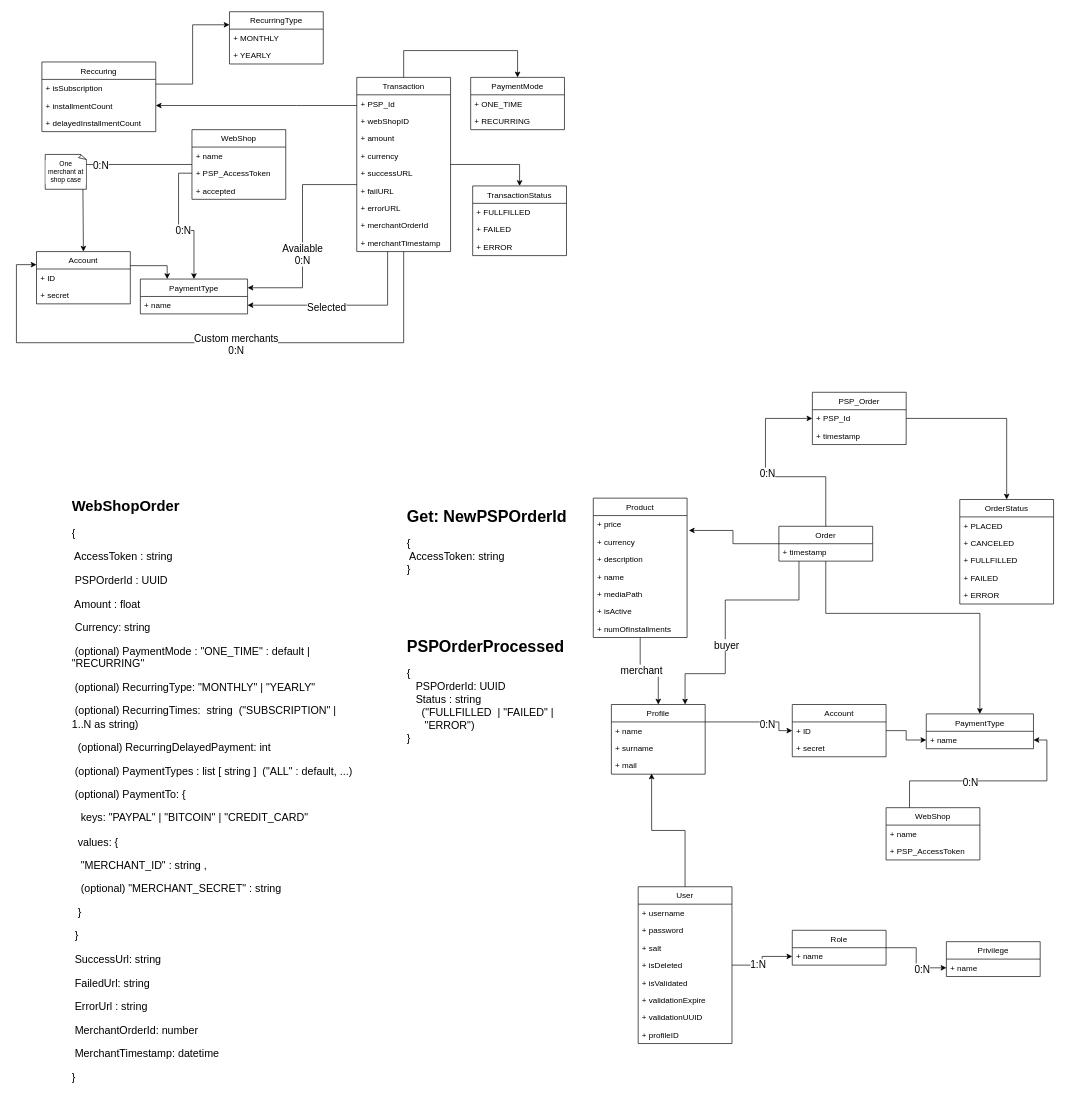
Before: uml/model.drawio in One-E2-Team/ubiquitous-payment, a draw.io diagram. Source tidied: cells renumbered, new cells numbered last; positions are measured from the earlier drawing's top-left corner, leaving out a move shared by most shapes. Both pictures are drawn from the tidied source at 67%, with x=0, y=0 at pixel (16, 11).
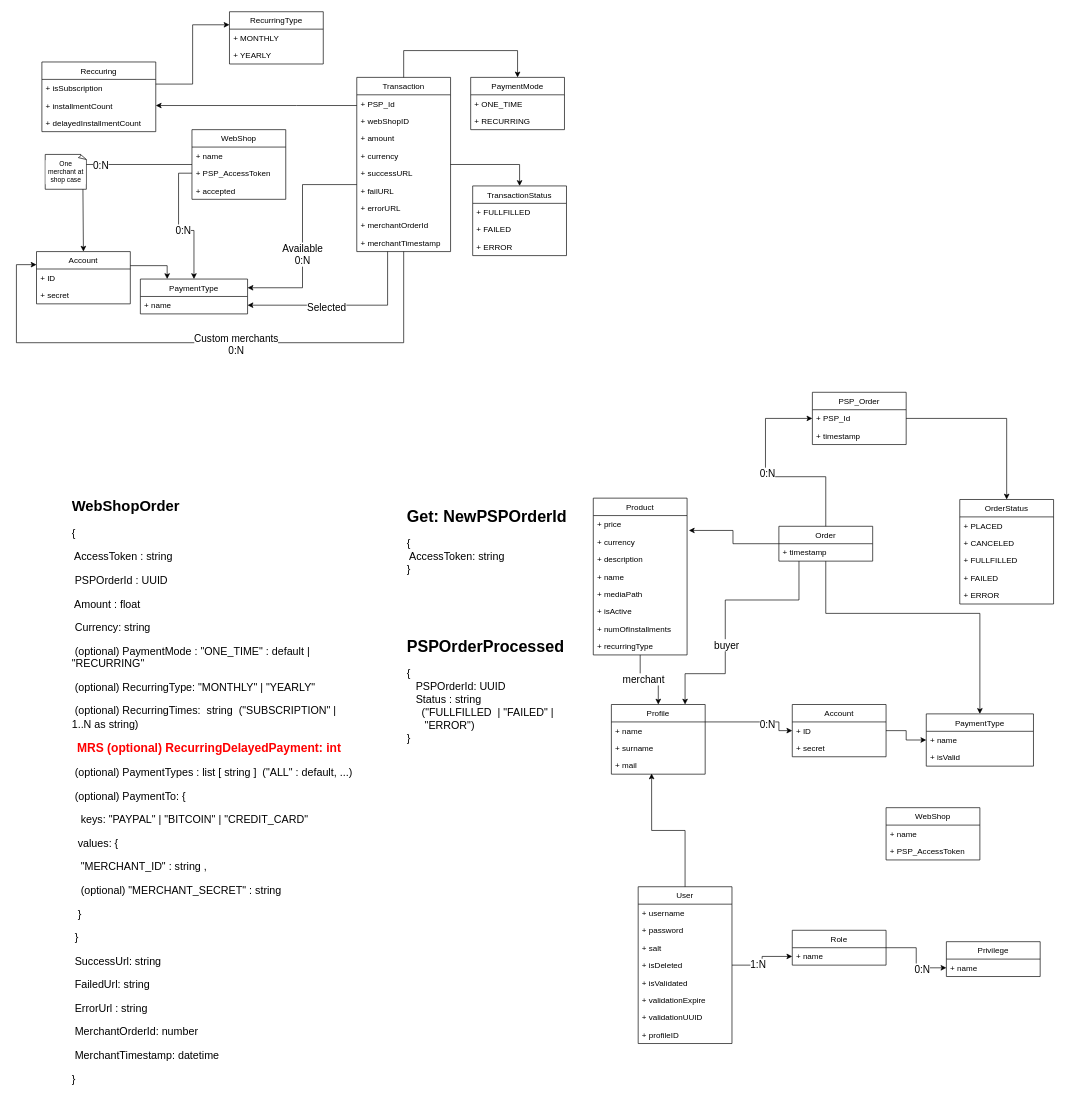
The same page after the edit.

Unchanged cells that the change refers to:
```xml
<mxCell id="12" value="WebShop" style="swimlane;fontStyle=0;horizontal=1;startSize=26;fillColor=none;" parent="1" vertex="1">
  <mxGeometry x="1298" y="1188" width="140" height="78" as="geometry" />
</mxCell>
<mxCell id="30" value="+ name" style="text;strokeColor=none;fillColor=none;align=left;verticalAlign=top;spacingLeft=4;spacingRight=4;overflow=hidden;points=[[0,0.5],[1,0.5]];portConstraint=eastwest;" parent="29" vertex="1">
  <mxGeometry y="26" width="160" height="26" as="geometry" />
</mxCell>
```

Change to the diagram source:
```diff
@@
     <mxCell id="4" value="Product" style="swimlane;fontStyle=0;horizontal=1;startSize=26;fillColor=none;" parent="1" vertex="1">
-      <mxGeometry x="861" y="726" width="140" height="208" as="geometry" />
+      <mxGeometry x="861" y="726" width="140" height="234" as="geometry" />
     </mxCell>
@@
+    <mxCell id="117" value="+ recurringType" style="text;strokeColor=none;fillColor=none;align=left;verticalAlign=top;spacingLeft=4;spacingRight=4;overflow=hidden;" parent="4" vertex="1">
+      <mxGeometry y="208" width="140" height="26" as="geometry" />
+    </mxCell>
@@
     <mxCell id="29" value="PaymentType" style="swimlane;fontStyle=0;horizontal=1;startSize=26;fillColor=none;" parent="1" vertex="1">
-      <mxGeometry x="1358" y="1048" width="160" height="52" as="geometry" />
+      <mxGeometry x="1358" y="1048" width="160" height="78" as="geometry" />
     </mxCell>
@@
+    <mxCell id="118" value="+ isValid" style="text;strokeColor=none;fillColor=none;align=left;verticalAlign=top;spacingLeft=4;spacingRight=4;overflow=hidden;" parent="29" vertex="1">
+      <mxGeometry y="52" width="160" height="26" as="geometry" />
+    </mxCell>
@@
-    <mxCell id="59" style="edgeStyle=orthogonalEdgeStyle;rounded=0;jettySize=auto;html=1;entryX=1;entryY=0.5;entryDx=0;entryDy=0;fontSize=15;exitX=0.25;exitY=0;exitDx=0;exitDy=0;" parent="1" edge="1" source="12" target="30">
-      <mxGeometry relative="1" as="geometry">
-        <Array as="points">
-          <mxPoint x="1333" y="1148" />
-          <mxPoint x="1538" y="1148" />
-          <mxPoint x="1538" y="1087" />
-        </Array>
-      </mxGeometry>
-    </mxCell>
-    <mxCell id="60" value="0:N" style="edgeLabel;html=1;align=center;verticalAlign=middle;fontSize=15;" parent="59" vertex="1">
-      <mxGeometry x="-0.2" y="-1" relative="1" as="geometry" />
-    </mxCell>
-    <mxCell id="61" value="&lt;h1&gt;&lt;font style=&quot;font-size: 22px&quot;&gt;WebShopOrder&amp;nbsp;&lt;/font&gt;&lt;/h1&gt;&lt;p style=&quot;font-size: 16px&quot;&gt;&lt;font style=&quot;font-size: 16px&quot;&gt;{&lt;/font&gt;&lt;/p&gt;&lt;p style=&quot;font-size: 16px&quot;&gt;&lt;font style=&quot;font-size: 16px&quot;&gt;&lt;span style=&quot;white-space: pre&quot;&gt; &lt;/span&gt;AccessToken : string&lt;br&gt;&lt;/font&gt;&lt;/p&gt;&lt;p style=&quot;font-size: 16px&quot;&gt;&lt;font style=&quot;font-size: 16px&quot;&gt;&lt;span style=&quot;white-space: pre&quot;&gt; &lt;/span&gt;PSPOrderId : UUID&lt;br&gt;&lt;/font&gt;&lt;/p&gt;&lt;p style=&quot;font-size: 16px&quot;&gt;&lt;span style=&quot;white-space: pre&quot;&gt; &lt;/span&gt;Amount : float&lt;br&gt;&lt;/p&gt;&lt;p style=&quot;font-size: 16px&quot;&gt;&lt;span style=&quot;white-space: pre&quot;&gt; &lt;/span&gt;Currency: string&lt;br&gt;&lt;/p&gt;&lt;p style=&quot;font-size: 16px&quot;&gt;&lt;span style=&quot;white-space: pre&quot;&gt; &lt;/span&gt;(optional) PaymentMode : &quot;ONE_TIME&quot; : default | &quot;RECURRING&quot;&amp;nbsp;&lt;br&gt;&lt;/p&gt;&lt;p style=&quot;font-size: 16px&quot;&gt;&lt;span style=&quot;white-space: pre&quot;&gt; &lt;/span&gt;(optional) RecurringType: &quot;MONTHLY&quot; |&amp;nbsp;&lt;span&gt;&quot;YEARLY&quot;&lt;/span&gt;&lt;/p&gt;&lt;p style=&quot;font-size: 16px&quot;&gt;&lt;span&gt;&lt;span style=&quot;white-space: pre&quot;&gt; &lt;/span&gt;(optional) RecurringTimes:&amp;nbsp; string &lt;span style=&quot;white-space: pre&quot;&gt; &lt;/span&gt;(&quot;SUBSCRIPTION&quot; |&amp;nbsp; 1..N as string)&lt;br&gt;&lt;/span&gt;&lt;/p&gt;&lt;p style=&quot;font-size: 16px&quot;&gt;&lt;span&gt;&amp;nbsp; (optional) RecurringDelayedPayment: int&amp;nbsp;&lt;/span&gt;&lt;/p&gt;&lt;p style=&quot;font-size: 16px&quot;&gt;&lt;span&gt;&lt;span style=&quot;white-space: pre&quot;&gt; &lt;/span&gt;(optional) PaymentTypes : list [ string ] &lt;span style=&quot;white-space: pre&quot;&gt; &lt;/span&gt;(&quot;ALL&quot; : default, ...)&lt;/span&gt;&lt;/p&gt;&lt;p style=&quot;font-size: 16px&quot;&gt;&lt;span&gt;&lt;span style=&quot;white-space: pre&quot;&gt; &lt;/span&gt;(optional) PaymentTo: {&lt;br&gt;&lt;/span&gt;&lt;/p&gt;&lt;p style=&quot;font-size: 16px&quot;&gt;&lt;span&gt;&lt;span style=&quot;white-space: pre&quot;&gt; &lt;/span&gt;&lt;span style=&quot;white-space: pre&quot;&gt; &lt;/span&gt;&amp;nbsp;keys: &quot;PAYPAL&quot; | &quot;BITCOIN&quot; | &quot;CREDIT_CARD&quot;&lt;br&gt;&lt;/span&gt;&lt;/p&gt;&lt;p style=&quot;font-size: 16px&quot;&gt;&lt;span&gt;&lt;span style=&quot;white-space: pre&quot;&gt; &lt;/span&gt;&lt;span style=&quot;white-space: pre&quot;&gt; &lt;/span&gt;values: {&lt;br&gt;&lt;/span&gt;&lt;/p&gt;&lt;p style=&quot;font-size: 16px&quot;&gt;&lt;span&gt;&lt;span style=&quot;white-space: pre&quot;&gt; &lt;/span&gt;&lt;span style=&quot;white-space: pre&quot;&gt; &lt;/span&gt;&lt;span style=&quot;white-space: pre&quot;&gt; &lt;/span&gt;&quot;MERCHANT_ID&quot; : string ,&lt;br&gt;&lt;/span&gt;&lt;/p&gt;&lt;p style=&quot;font-size: 16px&quot;&gt;&lt;span&gt;&lt;span style=&quot;white-space: pre&quot;&gt; &lt;/span&gt;&lt;span style=&quot;white-space: pre&quot;&gt; &lt;/span&gt;&lt;span style=&quot;white-space: pre&quot;&gt; &lt;/span&gt;(optional) &quot;MERCHANT_SECRET&quot; : string&lt;br&gt;&lt;/span&gt;&lt;/p&gt;&lt;p style=&quot;font-size: 16px&quot;&gt;&lt;span&gt;&lt;span style=&quot;white-space: pre&quot;&gt; &lt;/span&gt;&lt;span style=&quot;white-space: pre&quot;&gt; &lt;/span&gt;}&lt;br&gt;&lt;/span&gt;&lt;/p&gt;&lt;p style=&quot;font-size: 16px&quot;&gt;&lt;span&gt;&lt;span style=&quot;white-space: pre&quot;&gt; &lt;/span&gt;}&lt;br&gt;&lt;/span&gt;&lt;/p&gt;&lt;p style=&quot;font-size: 16px&quot;&gt;&lt;span&gt;&lt;span style=&quot;white-space: pre&quot;&gt; &lt;/span&gt;SuccessUrl: string&lt;br&gt;&lt;/span&gt;&lt;/p&gt;&lt;p style=&quot;font-size: 16px&quot;&gt;&lt;span&gt;&lt;span style=&quot;white-space: pre&quot;&gt; &lt;/span&gt;FailedUrl: string&lt;br&gt;&lt;/span&gt;&lt;/p&gt;&lt;p style=&quot;font-size: 16px&quot;&gt;&lt;span&gt;&lt;span style=&quot;white-space: pre&quot;&gt; &lt;/span&gt;ErrorUrl : string&lt;br&gt;&lt;/span&gt;&lt;/p&gt;&lt;p style=&quot;font-size: 16px&quot;&gt;&lt;span&gt;&lt;span style=&quot;white-space: pre&quot;&gt; &lt;/span&gt;MerchantOrderId: number&lt;br&gt;&lt;/span&gt;&lt;/p&gt;&lt;p style=&quot;font-size: 16px&quot;&gt;&lt;span&gt;&lt;span style=&quot;white-space: pre&quot;&gt; &lt;/span&gt;MerchantTimestamp: datetime&lt;br&gt;&lt;/span&gt;&lt;/p&gt;&lt;p style=&quot;font-size: 16px&quot;&gt;&lt;font style=&quot;font-size: 16px&quot;&gt;}&lt;/font&gt;&lt;/p&gt;" style="text;html=1;strokeColor=none;fillColor=none;spacing=5;spacingTop=-20;whiteSpace=wrap;overflow=hidden;rounded=0;" parent="1" vertex="1">
+    <mxCell id="61" value="&lt;h1&gt;&lt;font style=&quot;font-size: 22px&quot;&gt;WebShopOrder&amp;nbsp;&lt;/font&gt;&lt;/h1&gt;&lt;p style=&quot;font-size: 16px&quot;&gt;&lt;font style=&quot;font-size: 16px&quot;&gt;{&lt;/font&gt;&lt;/p&gt;&lt;p style=&quot;font-size: 16px&quot;&gt;&lt;font style=&quot;font-size: 16px&quot;&gt;&lt;span style=&quot;white-space: pre&quot;&gt; &lt;/span&gt;AccessToken : string&lt;br&gt;&lt;/font&gt;&lt;/p&gt;&lt;p style=&quot;font-size: 16px&quot;&gt;&lt;font style=&quot;font-size: 16px&quot;&gt;&lt;span style=&quot;white-space: pre&quot;&gt; &lt;/span&gt;PSPOrderId : UUID&lt;br&gt;&lt;/font&gt;&lt;/p&gt;&lt;p style=&quot;font-size: 16px&quot;&gt;&lt;span style=&quot;white-space: pre&quot;&gt; &lt;/span&gt;Amount : float&lt;br&gt;&lt;/p&gt;&lt;p style=&quot;font-size: 16px&quot;&gt;&lt;span style=&quot;white-space: pre&quot;&gt; &lt;/span&gt;Currency: string&lt;br&gt;&lt;/p&gt;&lt;p style=&quot;font-size: 16px&quot;&gt;&lt;span style=&quot;white-space: pre&quot;&gt; &lt;/span&gt;(optional) PaymentMode : &quot;ONE_TIME&quot; : default | &quot;RECURRING&quot;&amp;nbsp;&lt;br&gt;&lt;/p&gt;&lt;p style=&quot;font-size: 16px&quot;&gt;&lt;span style=&quot;white-space: pre&quot;&gt; &lt;/span&gt;(optional) RecurringType: &quot;MONTHLY&quot; |&amp;nbsp;&lt;span&gt;&quot;YEARLY&quot;&lt;/span&gt;&lt;/p&gt;&lt;p style=&quot;font-size: 16px&quot;&gt;&lt;span&gt;&lt;span style=&quot;white-space: pre&quot;&gt; &lt;/span&gt;(optional) RecurringTimes:&amp;nbsp; string &lt;span style=&quot;white-space: pre&quot;&gt; &lt;/span&gt;(&quot;SUBSCRIPTION&quot; |&amp;nbsp; 1..N as string)&lt;br&gt;&lt;/span&gt;&lt;/p&gt;&lt;p&gt;&lt;span style=&quot;font-size: 16px&quot;&gt;&amp;nbsp;&lt;/span&gt;&lt;font color=&quot;#ff0000&quot;&gt; &lt;b&gt;&lt;font style=&quot;font-size: 18px&quot;&gt;MRS (optional) RecurringDelayedPayment: int&amp;nbsp;&lt;/font&gt;&lt;/b&gt;&lt;/font&gt;&lt;/p&gt;&lt;p style=&quot;font-size: 16px&quot;&gt;&lt;span&gt;&lt;span style=&quot;white-space: pre&quot;&gt; &lt;/span&gt;(optional) PaymentTypes : list [ string ] &lt;span style=&quot;white-space: pre&quot;&gt; &lt;/span&gt;(&quot;ALL&quot; : default, ...)&lt;/span&gt;&lt;/p&gt;&lt;p style=&quot;font-size: 16px&quot;&gt;&lt;span&gt;&lt;span style=&quot;white-space: pre&quot;&gt; &lt;/span&gt;(optional) PaymentTo: {&lt;br&gt;&lt;/span&gt;&lt;/p&gt;&lt;p style=&quot;font-size: 16px&quot;&gt;&lt;span&gt;&lt;span style=&quot;white-space: pre&quot;&gt; &lt;/span&gt;&lt;span style=&quot;white-space: pre&quot;&gt; &lt;/span&gt;&amp;nbsp;keys: &quot;PAYPAL&quot; | &quot;BITCOIN&quot; | &quot;CREDIT_CARD&quot;&lt;br&gt;&lt;/span&gt;&lt;/p&gt;&lt;p style=&quot;font-size: 16px&quot;&gt;&lt;span&gt;&lt;span style=&quot;white-space: pre&quot;&gt; &lt;/span&gt;&lt;span style=&quot;white-space: pre&quot;&gt; &lt;/span&gt;values: {&lt;br&gt;&lt;/span&gt;&lt;/p&gt;&lt;p style=&quot;font-size: 16px&quot;&gt;&lt;span&gt;&lt;span style=&quot;white-space: pre&quot;&gt; &lt;/span&gt;&lt;span style=&quot;white-space: pre&quot;&gt; &lt;/span&gt;&lt;span style=&quot;white-space: pre&quot;&gt; &lt;/span&gt;&quot;MERCHANT_ID&quot; : string ,&lt;br&gt;&lt;/span&gt;&lt;/p&gt;&lt;p style=&quot;font-size: 16px&quot;&gt;&lt;span&gt;&lt;span style=&quot;white-space: pre&quot;&gt; &lt;/span&gt;&lt;span style=&quot;white-space: pre&quot;&gt; &lt;/span&gt;&lt;span style=&quot;white-space: pre&quot;&gt; &lt;/span&gt;(optional) &quot;MERCHANT_SECRET&quot; : string&lt;br&gt;&lt;/span&gt;&lt;/p&gt;&lt;p style=&quot;font-size: 16px&quot;&gt;&lt;span&gt;&lt;span style=&quot;white-space: pre&quot;&gt; &lt;/span&gt;&lt;span style=&quot;white-space: pre&quot;&gt; &lt;/span&gt;}&lt;br&gt;&lt;/span&gt;&lt;/p&gt;&lt;p style=&quot;font-size: 16px&quot;&gt;&lt;span&gt;&lt;span style=&quot;white-space: pre&quot;&gt; &lt;/span&gt;}&lt;br&gt;&lt;/span&gt;&lt;/p&gt;&lt;p style=&quot;font-size: 16px&quot;&gt;&lt;span&gt;&lt;span style=&quot;white-space: pre&quot;&gt; &lt;/span&gt;SuccessUrl: string&lt;br&gt;&lt;/span&gt;&lt;/p&gt;&lt;p style=&quot;font-size: 16px&quot;&gt;&lt;span&gt;&lt;span style=&quot;white-space: pre&quot;&gt; &lt;/span&gt;FailedUrl: string&lt;br&gt;&lt;/span&gt;&lt;/p&gt;&lt;p style=&quot;font-size: 16px&quot;&gt;&lt;span&gt;&lt;span style=&quot;white-space: pre&quot;&gt; &lt;/span&gt;ErrorUrl : string&lt;br&gt;&lt;/span&gt;&lt;/p&gt;&lt;p style=&quot;font-size: 16px&quot;&gt;&lt;span&gt;&lt;span style=&quot;white-space: pre&quot;&gt; &lt;/span&gt;MerchantOrderId: number&lt;br&gt;&lt;/span&gt;&lt;/p&gt;&lt;p style=&quot;font-size: 16px&quot;&gt;&lt;span&gt;&lt;span style=&quot;white-space: pre&quot;&gt; &lt;/span&gt;MerchantTimestamp: datetime&lt;br&gt;&lt;/span&gt;&lt;/p&gt;&lt;p style=&quot;font-size: 16px&quot;&gt;&lt;font style=&quot;font-size: 16px&quot;&gt;}&lt;/font&gt;&lt;/p&gt;" style="text;html=1;strokeColor=none;fillColor=none;spacing=5;spacingTop=-20;whiteSpace=wrap;overflow=hidden;rounded=0;" parent="1" vertex="1">
       <mxGeometry x="78" y="718" width="430" height="910" as="geometry" />
     </mxCell>
```
